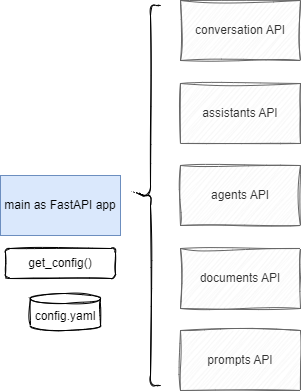
This is docs/diagrams/owl_backend_class.drawio.png from AthenaDecisionSystems/athena-owl-core, a draw.io export, as it was before one commit. Source tidied: cells renumbered, new cells last; positions are measured from the earlier drawing's top-left corner, leaving out a move shared by most shapes.
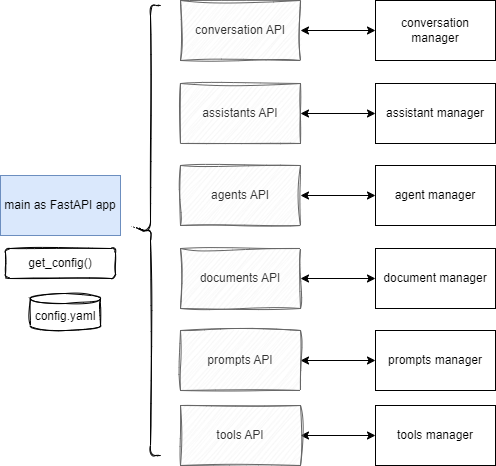
The same file after the commit.

What changed in the source:
```diff
@@ -5,23 +5,38 @@
     <mxCell id="2" value="main as FastAPI app" style="rounded=0;whiteSpace=wrap;html=1;fillColor=#dae8fc;strokeColor=#6c8ebf;" parent="1" vertex="1">
       <mxGeometry y="175" width="120" height="60" as="geometry" />
     </mxCell>
+    <mxCell id="11" style="edgeStyle=none;html=1;entryX=0;entryY=0.5;entryDx=0;entryDy=0;startArrow=classic;startFill=1;" parent="1" edge="1" source="3" target="16">
+      <mxGeometry relative="1" as="geometry" />
+    </mxCell>
     <mxCell id="3" value="conversation API" style="rounded=0;whiteSpace=wrap;html=1;fillColor=#f5f5f5;strokeColor=#666666;fontColor=#333333;sketch=1;curveFitting=1;jiggle=2;" parent="1" vertex="1">
       <mxGeometry x="180" width="120" height="60" as="geometry" />
     </mxCell>
+    <mxCell id="12" style="edgeStyle=none;html=1;startArrow=classic;startFill=1;" parent="1" edge="1" source="4" target="17">
+      <mxGeometry relative="1" as="geometry" />
+    </mxCell>
     <mxCell id="4" value="assistants API" style="rounded=0;whiteSpace=wrap;html=1;fillColor=#f5f5f5;strokeColor=#666666;fontColor=#333333;sketch=1;curveFitting=1;jiggle=2;" parent="1" vertex="1">
       <mxGeometry x="180" y="83" width="120" height="60" as="geometry" />
     </mxCell>
+    <mxCell id="13" style="edgeStyle=none;html=1;startArrow=classic;startFill=1;" parent="1" edge="1" source="5" target="18">
+      <mxGeometry relative="1" as="geometry" />
+    </mxCell>
     <mxCell id="5" value="agents API" style="rounded=0;whiteSpace=wrap;html=1;fillColor=#f5f5f5;strokeColor=#666666;fontColor=#333333;sketch=1;curveFitting=1;jiggle=2;" parent="1" vertex="1">
       <mxGeometry x="180" y="165" width="120" height="60" as="geometry" />
     </mxCell>
+    <mxCell id="14" style="edgeStyle=none;html=1;startArrow=classic;startFill=1;" parent="1" edge="1" source="6" target="19">
+      <mxGeometry relative="1" as="geometry" />
+    </mxCell>
     <mxCell id="6" value="documents API" style="rounded=0;whiteSpace=wrap;html=1;fillColor=#f5f5f5;strokeColor=#666666;fontColor=#333333;sketch=1;curveFitting=1;jiggle=2;" parent="1" vertex="1">
       <mxGeometry x="180" y="248" width="120" height="60" as="geometry" />
     </mxCell>
+    <mxCell id="15" style="edgeStyle=none;html=1;startArrow=classic;startFill=1;" parent="1" edge="1" source="7" target="20">
+      <mxGeometry relative="1" as="geometry" />
+    </mxCell>
     <mxCell id="7" value="prompts API" style="rounded=0;whiteSpace=wrap;html=1;fillColor=#f5f5f5;strokeColor=#666666;fontColor=#333333;sketch=1;curveFitting=1;jiggle=2;" parent="1" vertex="1">
       <mxGeometry x="180" y="330" width="120" height="60" as="geometry" />
     </mxCell>
     <mxCell id="8" style="shape=curlyBracket;whiteSpace=wrap;html=1;rounded=1;labelPosition=left;verticalLabelPosition=middle;align=right;verticalAlign=middle;sketch=1;" parent="1" vertex="1">
-      <mxGeometry x="140" y="5" width="20" height="380" as="geometry" />
+      <mxGeometry x="140" y="5" width="20" height="450" as="geometry" />
     </mxCell>
     <mxCell id="9" value="get_config()" style="rounded=1;whiteSpace=wrap;html=1;sketch=1;" parent="1" vertex="1">
       <mxGeometry x="5" y="248" width="110" height="30" as="geometry" />
@@ -29,5 +44,29 @@
     <mxCell id="10" value="config.yaml" style="shape=cylinder3;whiteSpace=wrap;html=1;boundedLbl=1;backgroundOutline=1;size=5;sketch=1;" parent="1" vertex="1">
       <mxGeometry x="30" y="293" width="70" height="37" as="geometry" />
     </mxCell>
+    <mxCell id="16" value="conversation manager" style="rounded=0;whiteSpace=wrap;html=1;" parent="1" vertex="1">
+      <mxGeometry x="375" width="120" height="60" as="geometry" />
+    </mxCell>
+    <mxCell id="17" value="assistant manager" style="rounded=0;whiteSpace=wrap;html=1;" parent="1" vertex="1">
+      <mxGeometry x="375" y="83" width="120" height="60" as="geometry" />
+    </mxCell>
+    <mxCell id="18" value="agent manager" style="rounded=0;whiteSpace=wrap;html=1;" parent="1" vertex="1">
+      <mxGeometry x="375" y="165" width="120" height="60" as="geometry" />
+    </mxCell>
+    <mxCell id="19" value="document manager" style="rounded=0;whiteSpace=wrap;html=1;" parent="1" vertex="1">
+      <mxGeometry x="375" y="248" width="120" height="60" as="geometry" />
+    </mxCell>
+    <mxCell id="20" value="prompts manager" style="rounded=0;whiteSpace=wrap;html=1;" parent="1" vertex="1">
+      <mxGeometry x="375" y="330" width="120" height="60" as="geometry" />
+    </mxCell>
+    <mxCell id="21" style="edgeStyle=none;html=1;startArrow=classic;startFill=1;" parent="1" edge="1" source="22" target="23">
+      <mxGeometry relative="1" as="geometry" />
+    </mxCell>
+    <mxCell id="22" value="tools API" style="rounded=0;whiteSpace=wrap;html=1;fillColor=#f5f5f5;strokeColor=#666666;fontColor=#333333;sketch=1;curveFitting=1;jiggle=2;" parent="1" vertex="1">
+      <mxGeometry x="180" y="405" width="120" height="60" as="geometry" />
+    </mxCell>
+    <mxCell id="23" value="tools manager" style="rounded=0;whiteSpace=wrap;html=1;" parent="1" vertex="1">
+      <mxGeometry x="375" y="405" width="120" height="60" as="geometry" />
+    </mxCell>
   </root>
 </mxGraphModel>
```
